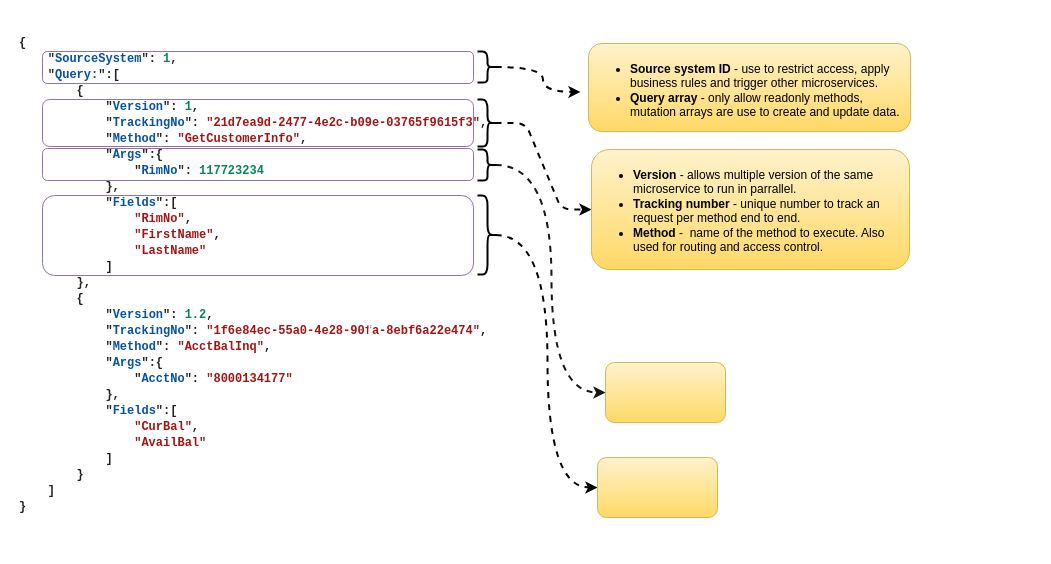
This is page "API Taximony" (2 of 8) of Microservice Architecture.drawio from badenhorstp/readme, a draw.io file, before an edit. Source tidied: cells renumbered, new cells numbered last; positions are measured from the earlier drawing's top-left corner, leaving out a move shared by most shapes. Both pictures are drawn from the tidied source at 100%, with x=0, y=0 at pixel (17, 17).
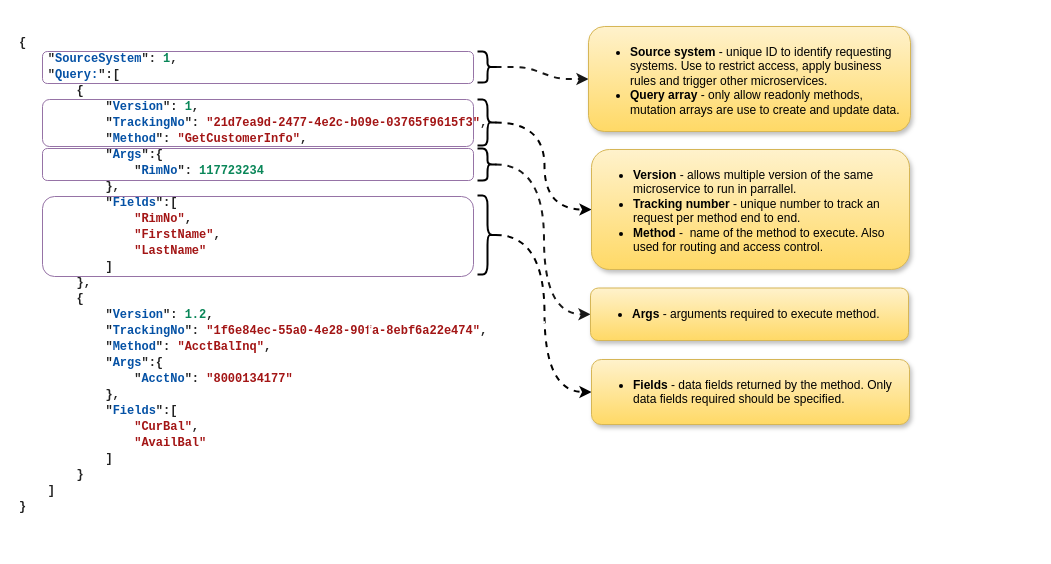
After the change.

Unchanged cells that the change refers to:
```xml
<mxCell id="4" style="shape=curlyBracket;whiteSpace=wrap;html=1;rounded=1;flipH=1;shadow=0;glass=0;sketch=0;fontSize=15;fontColor=#4D4D4D;fillColor=#E6E6E6;gradientColor=none;align=left;strokeWidth=2;" parent="1" vertex="1">
  <mxGeometry x="460" y="34" width="20" height="31" as="geometry" />
</mxCell>
<mxCell id="8" style="shape=curlyBracket;whiteSpace=wrap;html=1;rounded=1;flipH=1;shadow=0;glass=0;sketch=0;fontSize=15;fontColor=#4D4D4D;fillColor=#E6E6E6;gradientColor=none;align=left;strokeWidth=2;" parent="1" vertex="1">
  <mxGeometry x="460" y="178" width="20" height="79" as="geometry" />
</mxCell>
<mxCell id="10" style="shape=curlyBracket;whiteSpace=wrap;html=1;rounded=1;flipH=1;shadow=0;glass=0;sketch=0;fontSize=15;fontColor=#4D4D4D;fillColor=#E6E6E6;gradientColor=none;align=left;strokeWidth=2;strokeColor=#FFFFFF;" parent="1" vertex="1">
  <mxGeometry x="342" y="240" width="20" height="181" as="geometry" />
</mxCell>
```

Diff of the diagram source:
```diff
@@
-    <mxCell id="3" style="edgeStyle=orthogonalEdgeStyle;curved=1;jettySize=auto;html=1;exitX=0.1;exitY=0.5;exitDx=0;exitDy=0;exitPerimeter=0;entryX=-0.025;entryY=0.55;entryDx=0;entryDy=0;entryPerimeter=0;dashed=1;strokeWidth=2;" parent="1" edge="1" source="4" target="14">
+    <mxCell id="3" style="edgeStyle=entityRelationEdgeStyle;jettySize=auto;html=1;exitX=0.1;exitY=0.5;exitDx=0;exitDy=0;exitPerimeter=0;dashed=1;strokeColor=#171717;strokeWidth=2;" parent="1" edge="1" source="4" target="14">
       <mxGeometry relative="1" as="geometry" />
     </mxCell>
@@
-    <mxCell id="5" style="edgeStyle=entityRelationEdgeStyle;jettySize=auto;html=1;exitX=0.1;exitY=0.5;exitDx=0;exitDy=0;exitPerimeter=0;entryX=0;entryY=0.5;entryDx=0;entryDy=0;dashed=1;strokeWidth=2;" parent="1" edge="1" source="6" target="13">
+    <mxCell id="5" style="edgeStyle=orthogonalEdgeStyle;jettySize=auto;html=1;exitX=0.1;exitY=0.5;exitDx=0;exitDy=0;exitPerimeter=0;entryX=0;entryY=0.5;entryDx=0;entryDy=0;dashed=1;strokeWidth=2;curved=1;" parent="1" edge="1" source="6" target="13">
       <mxGeometry relative="1" as="geometry" />
     </mxCell>
     <mxCell id="6" style="shape=curlyBracket;whiteSpace=wrap;html=1;rounded=1;flipH=1;shadow=0;glass=0;sketch=0;fontSize=15;fontColor=#4D4D4D;fillColor=#E6E6E6;gradientColor=none;align=left;strokeWidth=2;" parent="1" vertex="1">
-      <mxGeometry x="460" y="82" width="20" height="47" as="geometry" />
+      <mxGeometry x="460" y="82" width="20" height="46" as="geometry" />
     </mxCell>
-    <mxCell id="7" style="edgeStyle=orthogonalEdgeStyle;jettySize=auto;html=1;exitX=0.1;exitY=0.5;exitDx=0;exitDy=0;exitPerimeter=0;entryX=0;entryY=0.5;entryDx=0;entryDy=0;dashed=1;strokeWidth=2;curved=1;" parent="1" edge="1" source="8" target="12">
+    <mxCell id="7" style="edgeStyle=orthogonalEdgeStyle;jettySize=auto;html=1;exitX=0.1;exitY=0.5;exitDx=0;exitDy=0;exitPerimeter=0;entryX=0;entryY=0.5;entryDx=0;entryDy=0;dashed=1;strokeWidth=2;curved=1;" parent="1" edge="1" source="8" target="22">
       <mxGeometry relative="1" as="geometry" />
     </mxCell>
@@
-    <mxCell id="9" style="rounded=0;jettySize=auto;html=1;exitX=0.1;exitY=0.5;exitDx=0;exitDy=0;exitPerimeter=0;entryX=0;entryY=0.5;entryDx=0;entryDy=0;dashed=1;edgeStyle=orthogonalEdgeStyle;curved=1;strokeWidth=2;strokeColor=#FFFFFF;" parent="1" edge="1" source="10" target="11">
-      <mxGeometry relative="1" as="geometry" />
+    <mxCell id="9" style="rounded=0;jettySize=auto;html=1;exitX=0.1;exitY=0.5;exitDx=0;exitDy=0;exitPerimeter=0;entryX=0;entryY=0.5;entryDx=0;entryDy=0;dashed=1;edgeStyle=orthogonalEdgeStyle;curved=1;strokeWidth=2;strokeColor=#FFFFFF;" parent="1" edge="1" source="10">
+      <mxGeometry relative="1" as="geometry">
+        <mxPoint x="573.5" y="304" as="targetPoint" />
+      </mxGeometry>
     </mxCell>
@@
-    <mxCell id="11" style="rounded=1;whiteSpace=wrap;html=1;fillColor=#fff2cc;strokeColor=#d6b656;gradientColor=#ffd966;shadow=0;" parent="1" vertex="1">
-      <mxGeometry x="588" y="345" width="120" height="60" as="geometry" />
-    </mxCell>
-    <mxCell id="12" style="rounded=1;whiteSpace=wrap;html=1;fillColor=#fff2cc;strokeColor=#d6b656;gradientColor=#ffd966;" parent="1" vertex="1">
-      <mxGeometry x="580" y="440" width="120" height="60" as="geometry" />
-    </mxCell>
-    <mxCell id="13" value="&lt;ul&gt;&lt;li&gt;&lt;b&gt;Version&lt;/b&gt; - allows multiple version of the same microservice to run in parrallel.&lt;/li&gt;&lt;li&gt;&lt;b&gt;Tracking number&lt;/b&gt; - unique number to track an request per method end to end.&lt;/li&gt;&lt;li&gt;&lt;b&gt;Method&lt;/b&gt; -&amp;nbsp; name of the method to execute. Also used for routing and access control.&lt;/li&gt;&lt;/ul&gt;" style="rounded=1;whiteSpace=wrap;html=1;fillColor=#fff2cc;strokeColor=#d6b656;gradientColor=#ffd966;align=left;verticalAlign=top;" parent="1" vertex="1">
+    <mxCell id="13" value="&lt;ul&gt;&lt;li&gt;&lt;b&gt;Version&lt;/b&gt; - allows multiple version of the same microservice to run in parrallel.&lt;/li&gt;&lt;li&gt;&lt;b&gt;Tracking number&lt;/b&gt; - unique number to track an request per method end to end.&lt;/li&gt;&lt;li&gt;&lt;b&gt;Method&lt;/b&gt; -&amp;nbsp; name of the method to execute. Also used for routing and access control.&lt;/li&gt;&lt;/ul&gt;" style="rounded=1;whiteSpace=wrap;html=1;fillColor=#fff2cc;strokeColor=#d6b656;gradientColor=#ffd966;align=left;verticalAlign=top;shadow=1;" parent="1" vertex="1">
       <mxGeometry x="574" y="132" width="318" height="120" as="geometry" />
     </mxCell>
-    <mxCell id="14" value="&lt;blockquote style=&quot;margin: 0 0 0 40px ; border: none ; padding: 0px&quot;&gt;&lt;/blockquote&gt;&lt;ul&gt;&lt;li&gt;&lt;b&gt;Source system ID&lt;/b&gt; - use to restrict access, apply business rules and trigger other microservices.&lt;/li&gt;&lt;li&gt;&lt;b&gt;Query array&lt;/b&gt; - only allow readonly methods, mutation arrays are use to create and update data.&lt;/li&gt;&lt;/ul&gt;" style="rounded=1;whiteSpace=wrap;html=1;fillColor=#fff2cc;strokeColor=#d6b656;gradientColor=#ffd966;align=left;verticalAlign=top;spacingRight=0;" parent="1" vertex="1">
-      <mxGeometry x="571" y="26" width="322" height="88" as="geometry" />
+    <mxCell id="14" value="&lt;blockquote style=&quot;margin: 0 0 0 40px ; border: none ; padding: 0px&quot;&gt;&lt;/blockquote&gt;&lt;ul&gt;&lt;li&gt;&lt;b&gt;Source system &lt;/b&gt;- unique ID to identify requesting systems. Use to restrict access, apply business rules and trigger other microservices.&lt;/li&gt;&lt;li&gt;&lt;b&gt;Query array&lt;/b&gt; - only allow readonly methods, mutation arrays are use to create and update data.&lt;/li&gt;&lt;/ul&gt;" style="rounded=1;whiteSpace=wrap;html=1;fillColor=#fff2cc;strokeColor=#d6b656;gradientColor=#ffd966;align=left;verticalAlign=top;spacingRight=0;shadow=1;" parent="1" vertex="1">
+      <mxGeometry x="571" y="9" width="322" height="105" as="geometry" />
     </mxCell>
@@
-    <mxCell id="18" style="edgeStyle=orthogonalEdgeStyle;curved=1;jettySize=auto;html=1;exitX=0.1;exitY=0.5;exitDx=0;exitDy=0;exitPerimeter=0;entryX=0;entryY=0.5;entryDx=0;entryDy=0;dashed=1;strokeWidth=2;strokeColor=#171717;" parent="1" edge="1" source="19" target="11">
+    <mxCell id="18" style="edgeStyle=orthogonalEdgeStyle;jettySize=auto;html=1;exitX=0.1;exitY=0.5;exitDx=0;exitDy=0;exitPerimeter=0;entryX=0;entryY=0.5;entryDx=0;entryDy=0;dashed=1;strokeWidth=2;strokeColor=#171717;curved=1;" parent="1" edge="1" source="19" target="21">
       <mxGeometry relative="1" as="geometry" />
     </mxCell>
     <mxCell id="19" style="shape=curlyBracket;whiteSpace=wrap;html=1;rounded=1;flipH=1;shadow=0;glass=0;sketch=0;fontSize=15;fontColor=#4D4D4D;fillColor=#E6E6E6;gradientColor=none;align=left;strokeWidth=2;" parent="1" vertex="1">
-      <mxGeometry x="460" y="132" width="20" height="31" as="geometry" />
+      <mxGeometry x="460" y="131" width="20" height="32" as="geometry" />
     </mxCell>
     <mxCell id="20" style="rounded=1;whiteSpace=wrap;html=1;shadow=0;strokeColor=#9673a6;fillColor=none;" parent="1" vertex="1">
-      <mxGeometry x="25" y="178" width="431" height="80" as="geometry" />
+      <mxGeometry x="25" y="179" width="431" height="80" as="geometry" />
     </mxCell>
+    <mxCell id="21" value="&lt;ul&gt;&lt;li&gt;&lt;b&gt;Args&amp;nbsp;&lt;/b&gt;- arguments required to execute method.&lt;/li&gt;&lt;/ul&gt;" style="rounded=1;whiteSpace=wrap;html=1;fillColor=#fff2cc;strokeColor=#d6b656;gradientColor=#ffd966;align=left;verticalAlign=top;shadow=1;" parent="1" vertex="1">
+      <mxGeometry x="573" y="270.5" width="318" height="52.5" as="geometry" />
+    </mxCell>
+    <mxCell id="22" value="&lt;ul&gt;&lt;li&gt;&lt;b&gt;Fields&amp;nbsp;&lt;/b&gt;- data fields returned by the method. Only data fields required should be specified.&lt;/li&gt;&lt;/ul&gt;" style="rounded=1;whiteSpace=wrap;html=1;fillColor=#fff2cc;strokeColor=#d6b656;gradientColor=#ffd966;align=left;verticalAlign=top;shadow=1;" parent="1" vertex="1">
+      <mxGeometry x="574" y="342" width="318" height="65" as="geometry" />
+    </mxCell>
```
